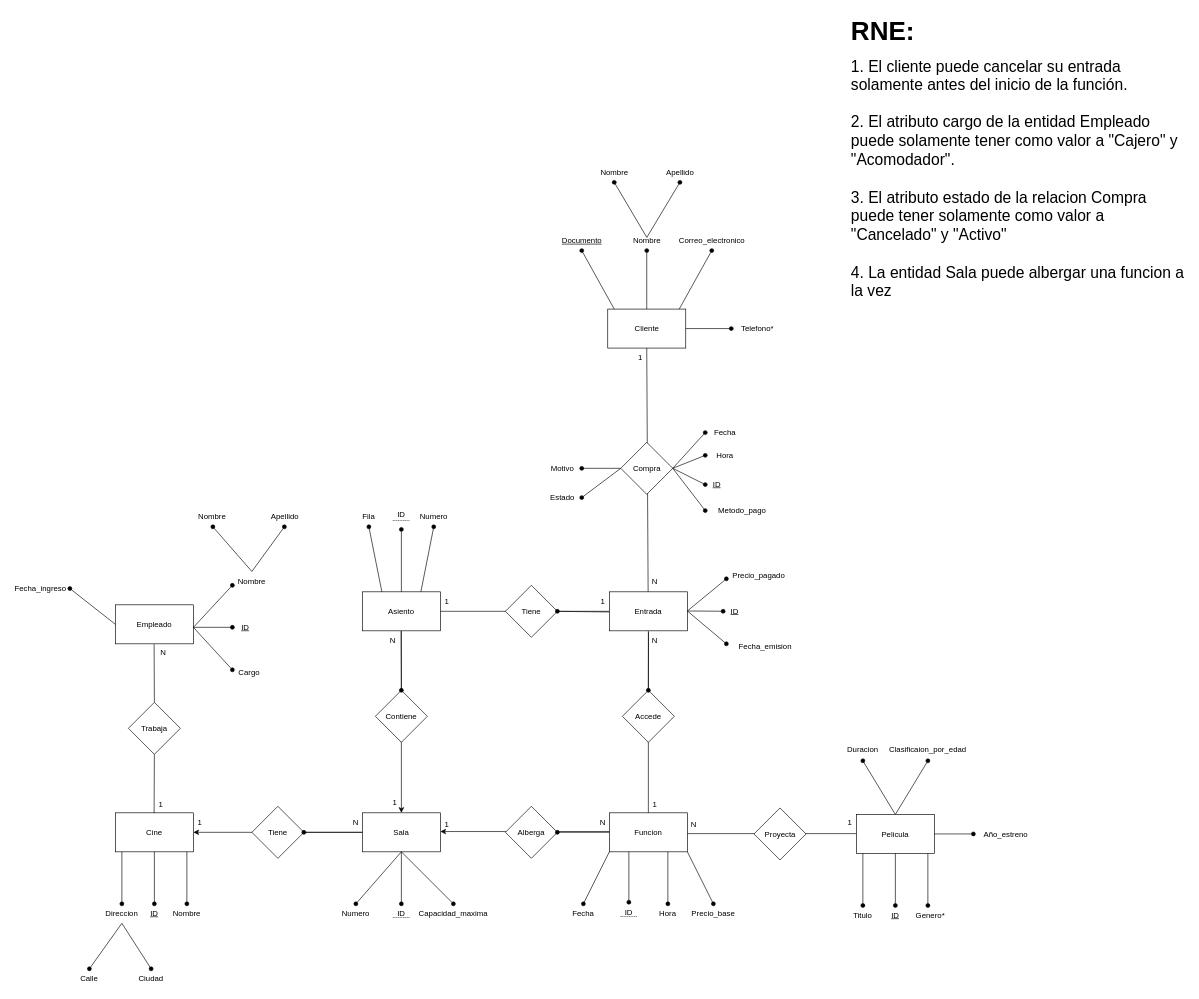
This is DER_proyecto.drawio from nXD643/Projecto-Final-Cine, a draw.io file, before an edit. Source tidied: cells renumbered, new cells numbered last; positions are measured from the earlier drawing's top-left corner, leaving out a move shared by most shapes. Both pictures are drawn from the tidied source at 65%, with x=0, y=0 at pixel (11, 11).
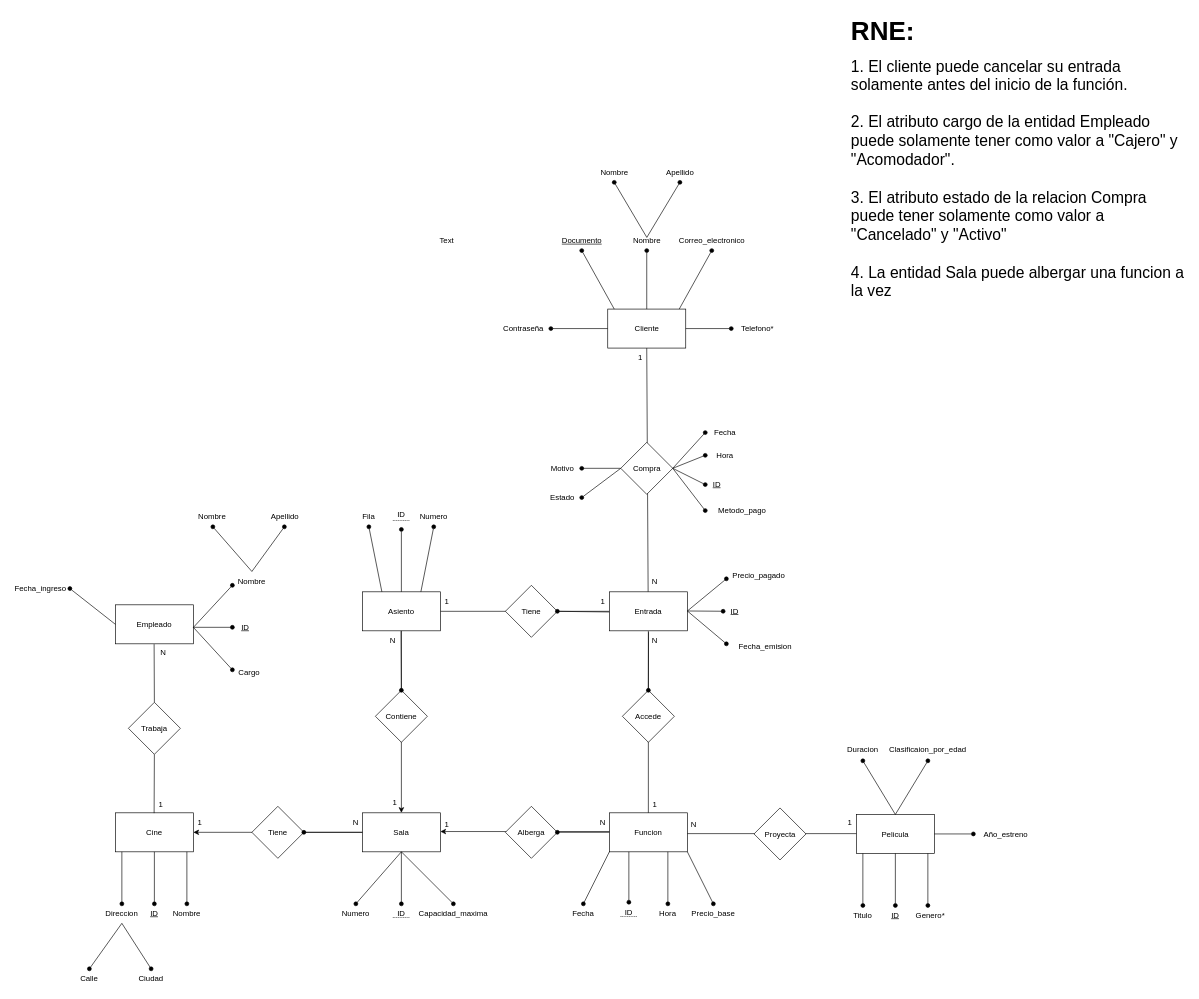
The same diagram, later.

Commit message (it also covers changes not shown here):
Se actualiza DER, ER y UML

The change refers to these unchanged cells:
```xml
<mxCell id="71" value="Cliente" style="rounded=0;whiteSpace=wrap;html=1;" parent="1" vertex="1">
  <mxGeometry x="917.5" y="458" width="120" height="60" as="geometry" />
</mxCell>
```

The edit, as a diff of the source:
```diff
@@
+    <mxCell id="144" style="endArrow=none;html=1;rounded=0;startArrow=oval;startFill=1;entryX=0;entryY=0.5;entryDx=0;entryDy=0;" parent="1" edge="1" target="71">
+      <mxGeometry relative="1" as="geometry">
+        <mxPoint x="830" y="488" as="sourcePoint" />
+      </mxGeometry>
+    </mxCell>
+    <mxCell id="145" value="Contraseña" style="text;html=1;whiteSpace=wrap;strokeColor=none;fillColor=none;align=center;verticalAlign=middle;rounded=0;" parent="1" vertex="1">
+      <mxGeometry x="757.5" y="473" width="60" height="30" as="geometry" />
+    </mxCell>
+    <mxCell id="146" value="Text" style="text;html=1;whiteSpace=wrap;strokeColor=none;fillColor=none;align=center;verticalAlign=middle;rounded=0;" parent="1" vertex="1">
+      <mxGeometry x="640" y="338" width="60" height="30" as="geometry" />
+    </mxCell>
```
